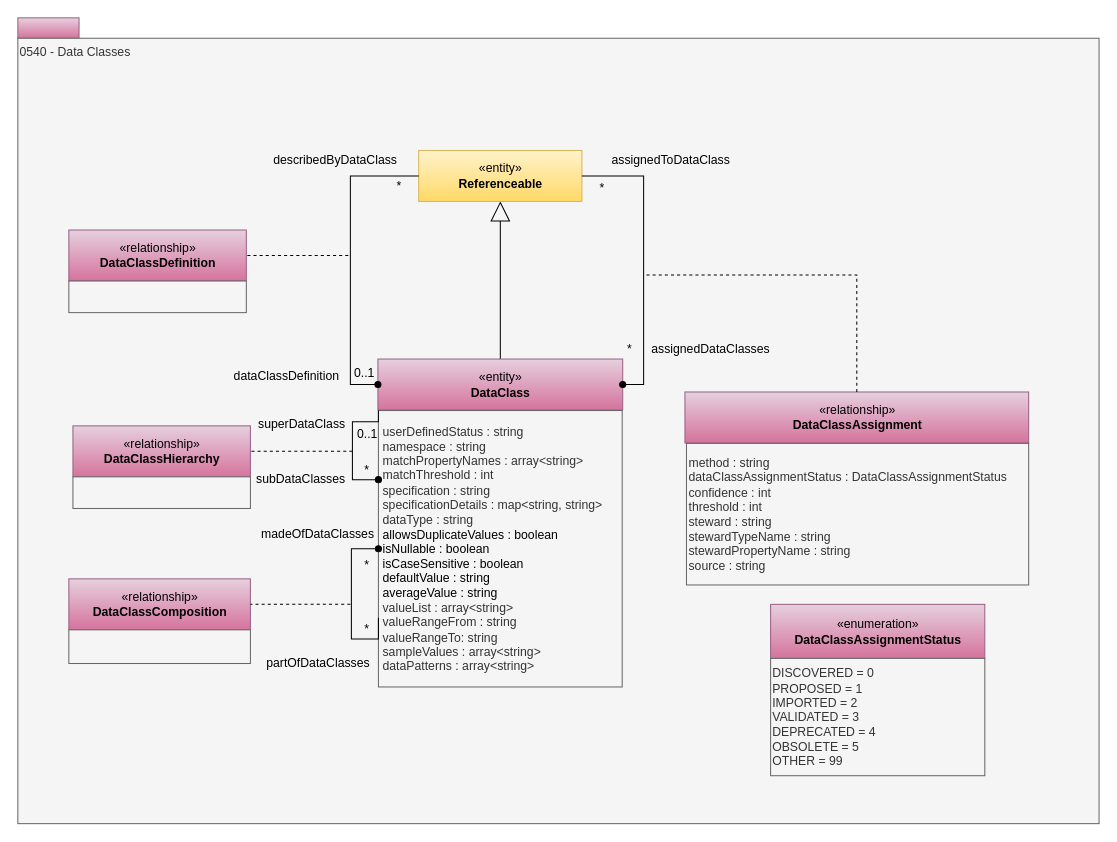
Above: page "0540-Data-Classes" (24 of 32) of site/docs/types/5/area-5-models-and-schema.drawio in odpi/egeria-docs (draw.io), before the change. Source tidied: cells renumbered, new cells numbered last; positions are measured from the earlier drawing's top-left corner, leaving out a move shared by most shapes. Both pictures are drawn from the tidied source at 102%, with x=0, y=0 at pixel (17, 17).
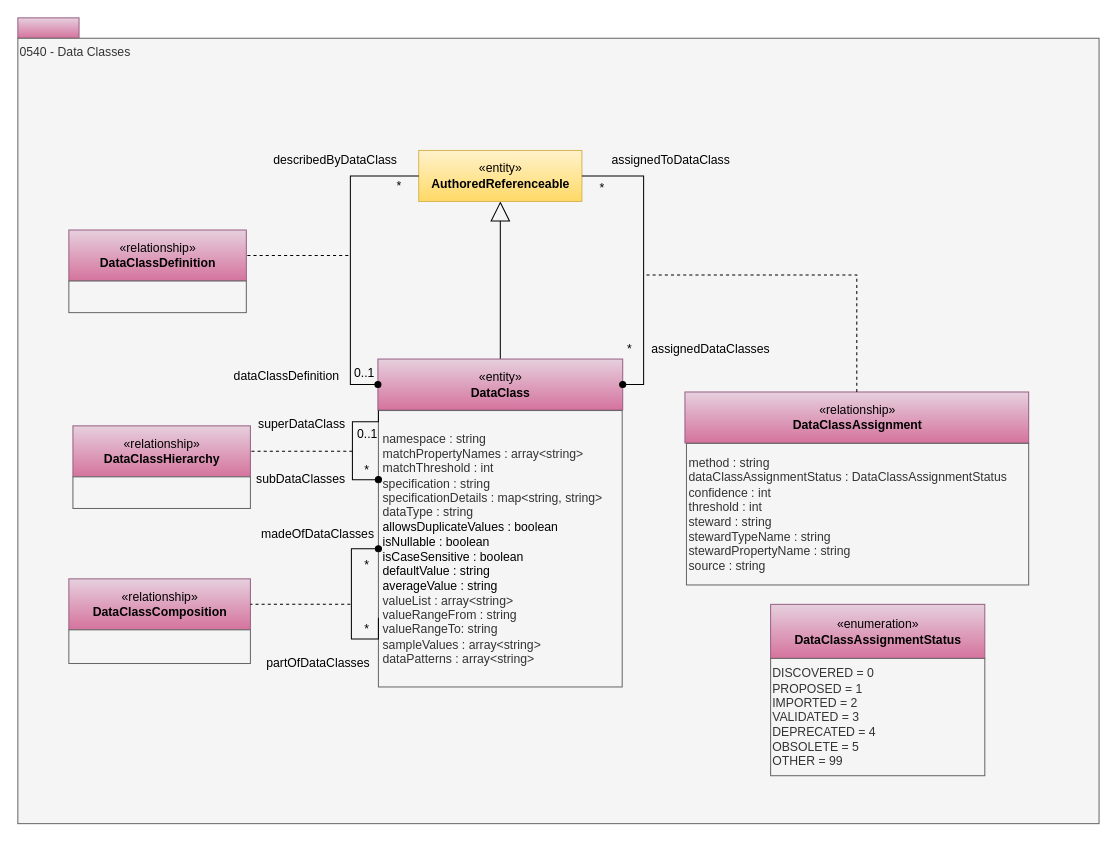
The same diagram, later.

The edit, as a diff of the source:
```diff
@@
-    <mxCell id="6" value="&lt;span&gt;userDefinedStatus : string&lt;/span&gt;&lt;div&gt;&lt;span&gt;namespace : string&lt;/span&gt;&lt;div&gt;matchPropertyNames : array&amp;lt;string&amp;gt;&lt;/div&gt;&lt;div&gt;&lt;div&gt;matchThreshold : int&lt;/div&gt;&lt;div&gt;&lt;/div&gt;&lt;span&gt;specification : string&lt;/span&gt;&lt;br&gt;&lt;span&gt;specificationDetails : map&amp;lt;string, string&amp;gt;&lt;/span&gt;&lt;div&gt;&lt;span&gt;dataType : string&lt;/span&gt;&lt;/div&gt;&lt;div&gt;&lt;span style=&quot;background-color: transparent; color: light-dark(rgb(0, 0, 0), rgb(255, 255, 255));&quot;&gt;allowsDuplicateValues : boolean&lt;/span&gt;&lt;/div&gt;&lt;div&gt;&lt;span style=&quot;background-color: transparent; color: light-dark(rgb(0, 0, 0), rgb(255, 255, 255));&quot;&gt;isNullable : boolean&lt;/span&gt;&lt;/div&gt;&lt;div&gt;&lt;div&gt;&lt;/div&gt;&lt;/div&gt;&lt;div&gt;&lt;span style=&quot;background-color: transparent; color: light-dark(rgb(0, 0, 0), rgb(255, 255, 255));&quot;&gt;isCaseSensitive : boolean&lt;/span&gt;&lt;/div&gt;&lt;div&gt;&lt;span style=&quot;background-color: transparent; color: light-dark(rgb(0, 0, 0), rgb(255, 255, 255));&quot;&gt;defaultValue : string&lt;/span&gt;&lt;br&gt;&lt;/div&gt;&lt;div&gt;&lt;span style=&quot;background-color: transparent; color: light-dark(rgb(0, 0, 0), rgb(255, 255, 255));&quot;&gt;averageValue : string&lt;/span&gt;&lt;/div&gt;&lt;div&gt;valueList : array&amp;lt;string&amp;gt;&lt;/div&gt;&lt;div&gt;valueRangeFrom : string&lt;/div&gt;&lt;div&gt;valueRangeTo: string&lt;/div&gt;&lt;div&gt;sampleValues : array&amp;lt;string&amp;gt;&lt;br&gt;dataPatterns : array&amp;lt;string&amp;gt;&lt;br&gt;&lt;/div&gt;&lt;/div&gt;&lt;/div&gt;" style="rounded=0;whiteSpace=wrap;html=1;strokeColor=#666666;align=left;spacingLeft=2;fillColor=#f5f5f5;fontColor=#333333;" parent="1" vertex="1">
+    <mxCell id="6" value="&lt;div&gt;&lt;span&gt;namespace : string&lt;/span&gt;&lt;div&gt;matchPropertyNames : array&amp;lt;string&amp;gt;&lt;/div&gt;&lt;div&gt;&lt;div&gt;matchThreshold : int&lt;/div&gt;&lt;div&gt;&lt;/div&gt;&lt;span&gt;specification : string&lt;/span&gt;&lt;br&gt;&lt;span&gt;specificationDetails : map&amp;lt;string, string&amp;gt;&lt;/span&gt;&lt;div&gt;&lt;span&gt;dataType : string&lt;/span&gt;&lt;/div&gt;&lt;div&gt;&lt;span style=&quot;background-color: transparent; color: light-dark(rgb(0, 0, 0), rgb(255, 255, 255));&quot;&gt;allowsDuplicateValues : boolean&lt;/span&gt;&lt;/div&gt;&lt;div&gt;&lt;span style=&quot;background-color: transparent; color: light-dark(rgb(0, 0, 0), rgb(255, 255, 255));&quot;&gt;isNullable : boolean&lt;/span&gt;&lt;/div&gt;&lt;div&gt;&lt;div&gt;&lt;/div&gt;&lt;/div&gt;&lt;div&gt;&lt;span style=&quot;background-color: transparent; color: light-dark(rgb(0, 0, 0), rgb(255, 255, 255));&quot;&gt;isCaseSensitive : boolean&lt;/span&gt;&lt;/div&gt;&lt;div&gt;&lt;span style=&quot;background-color: transparent; color: light-dark(rgb(0, 0, 0), rgb(255, 255, 255));&quot;&gt;defaultValue : string&lt;/span&gt;&lt;br&gt;&lt;/div&gt;&lt;div&gt;&lt;span style=&quot;background-color: transparent; color: light-dark(rgb(0, 0, 0), rgb(255, 255, 255));&quot;&gt;averageValue : string&lt;/span&gt;&lt;/div&gt;&lt;div&gt;valueList : array&amp;lt;string&amp;gt;&lt;/div&gt;&lt;div&gt;valueRangeFrom : string&lt;/div&gt;&lt;div&gt;valueRangeTo: string&lt;/div&gt;&lt;div&gt;sampleValues : array&amp;lt;string&amp;gt;&lt;br&gt;dataPatterns : array&amp;lt;string&amp;gt;&lt;br&gt;&lt;/div&gt;&lt;/div&gt;&lt;/div&gt;" style="rounded=0;whiteSpace=wrap;html=1;strokeColor=#666666;align=left;spacingLeft=2;fillColor=#f5f5f5;fontColor=#333333;" parent="1" vertex="1">
       <mxGeometry x="353.5" y="385" width="239" height="271" as="geometry" />
     </mxCell>
-    <mxCell id="7" value="«entity»&lt;br&gt;&lt;b&gt;Referenceable&lt;/b&gt;" style="html=1;strokeColor=#d6b656;align=center;fillColor=#fff2cc;gradientColor=#ffd966;" parent="1" vertex="1">
+    <mxCell id="7" value="«entity»&lt;br&gt;&lt;b&gt;AuthoredReferenceable&lt;/b&gt;" style="html=1;strokeColor=#d6b656;align=center;fillColor=#fff2cc;gradientColor=#ffd966;" parent="1" vertex="1">
       <mxGeometry x="393" y="130" width="160" height="50" as="geometry" />
     </mxCell>
```
